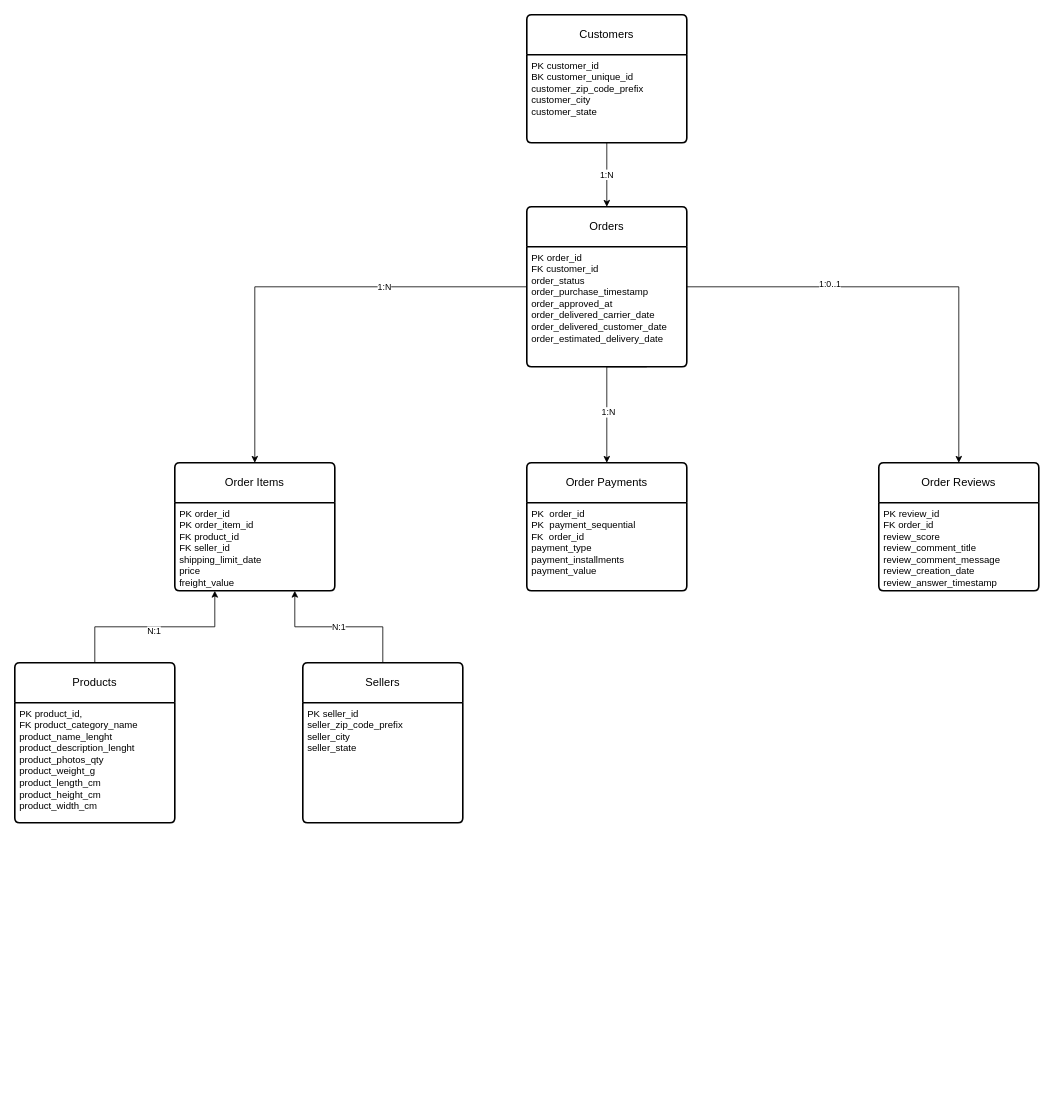
The draw.io diagram docs/diagrams/logical-erd.drawio in neeleshksingh/Ecommerce-Sales-Analytics, before the edit. Source tidied: cells renumbered, new cells numbered last; positions are measured from the earlier drawing's top-left corner, leaving out a move shared by most shapes. Both pictures are drawn from the tidied source at 80%, with x=0, y=0 at pixel (14, 14).
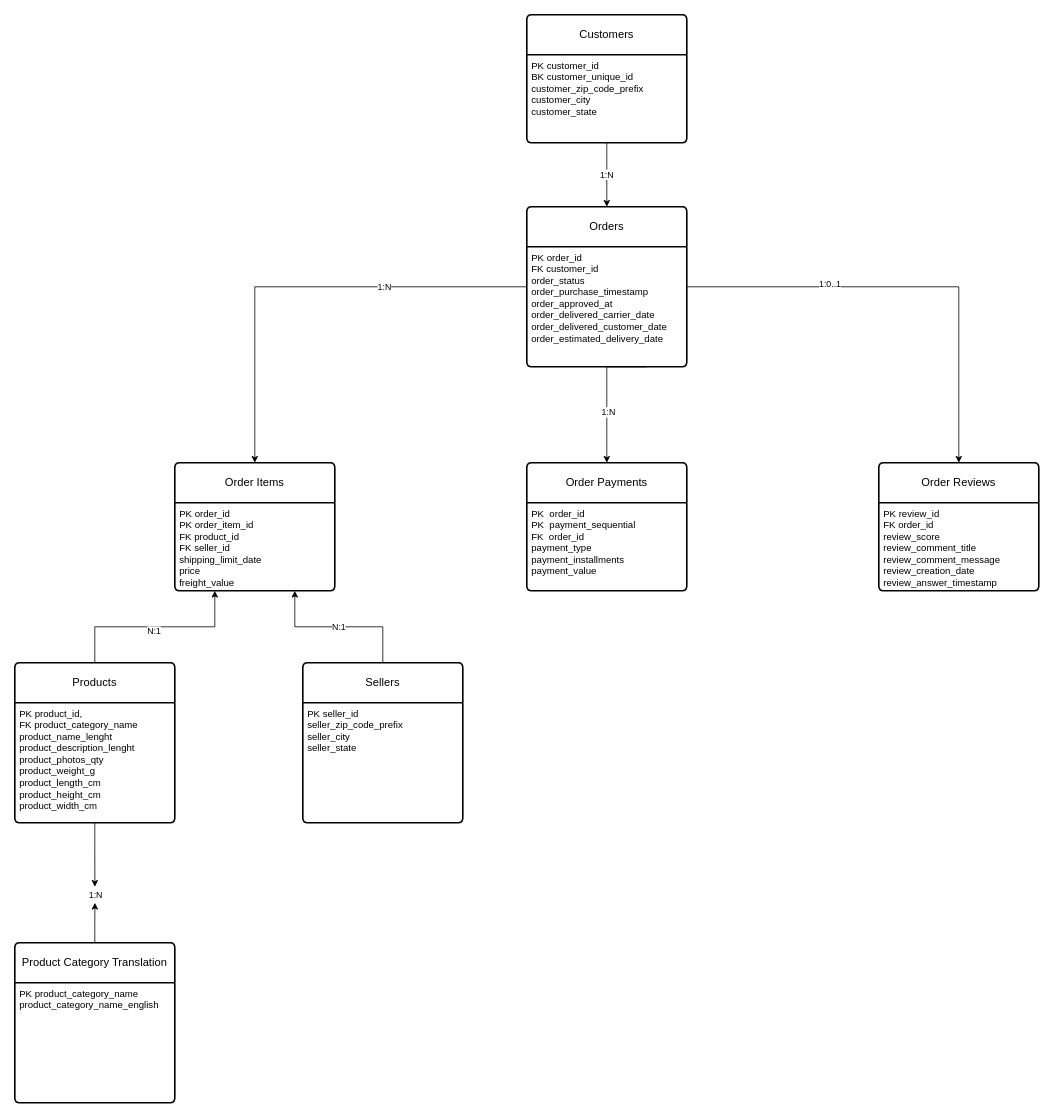
The same diagram, later.

Commit message (it also covers changes not shown here):
Add Product Category Translation documentation

Unchanged cells that the change refers to:
```xml
<mxCell id="21" value="Products" style="swimlane;horizontal=1;startSize=50;rounded=1;fontSize=14;fontStyle=0;strokeWidth=2;shadow=0;dashed=0;align=center;arcSize=4;whiteSpace=wrap;html=1;" parent="1" vertex="1">
  <mxGeometry y="810" width="200" height="200" as="geometry" />
</mxCell>
```

Change to the diagram source:
```diff
@@
+    <mxCell id="30" style="edgeStyle=orthogonalEdgeStyle;rounded=0;jettySize=auto;html=1;exitX=0.5;exitY=1;exitDx=0;exitDy=0;" parent="1" edge="1" source="21">
+      <mxGeometry relative="1" as="geometry">
+        <mxPoint x="100.1" y="1090" as="targetPoint" />
+      </mxGeometry>
+    </mxCell>
+    <mxCell id="31" value="1:N" style="edgeLabel;html=1;align=center;verticalAlign=middle;" parent="30" vertex="1">
+      <mxGeometry x="0.14" y="1" relative="1" as="geometry">
+        <mxPoint x="-1" y="44" as="offset" />
+      </mxGeometry>
+    </mxCell>
@@
+    <mxCell id="32" style="edgeStyle=orthogonalEdgeStyle;rounded=0;jettySize=auto;html=1;exitX=0.5;exitY=0;exitDx=0;exitDy=0;" parent="1" edge="1" source="33">
+      <mxGeometry relative="1" as="geometry">
+        <mxPoint x="100.1" y="1110" as="targetPoint" />
+      </mxGeometry>
+    </mxCell>
+    <mxCell id="33" value="Product Category Translation" style="swimlane;horizontal=1;startSize=50;rounded=1;fontSize=14;fontStyle=0;strokeWidth=2;shadow=0;dashed=0;align=center;arcSize=4;whiteSpace=wrap;html=1;" parent="1" vertex="1">
+      <mxGeometry y="1160" width="200" height="200" as="geometry" />
+    </mxCell>
+    <mxCell id="34" value="PK product_category_name&lt;br&gt;product_category_name_english" style="align=left;strokeColor=none;fillColor=none;spacingLeft=4;spacingRight=4;fontSize=12;verticalAlign=top;html=1;whiteSpace=wrap;" parent="33" vertex="1">
+      <mxGeometry y="50" width="200" height="150" as="geometry" />
+    </mxCell>
```
